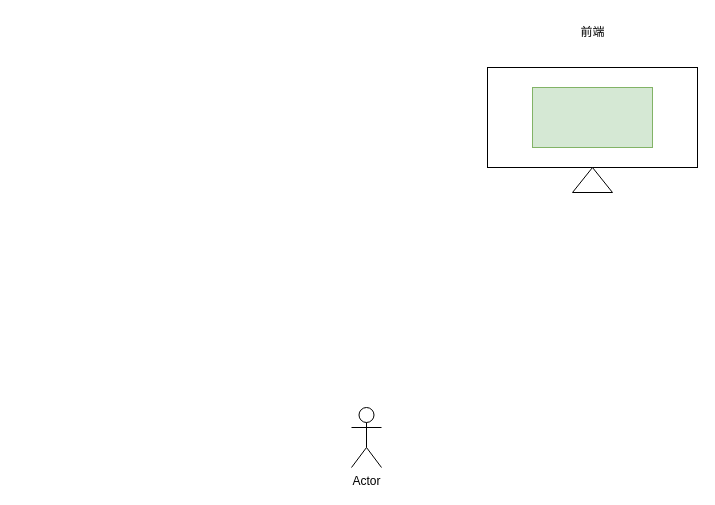
Earlier version of the draw.io diagram 后端.drawio (callmeliuchu/AlgebraSolution). Source tidied: cells renumbered, new cells numbered last; positions are measured from the earlier drawing's top-left corner, leaving out a move shared by most shapes. Both pictures are drawn from the tidied source at 100%, with x=0, y=0 at pixel (351, 17).
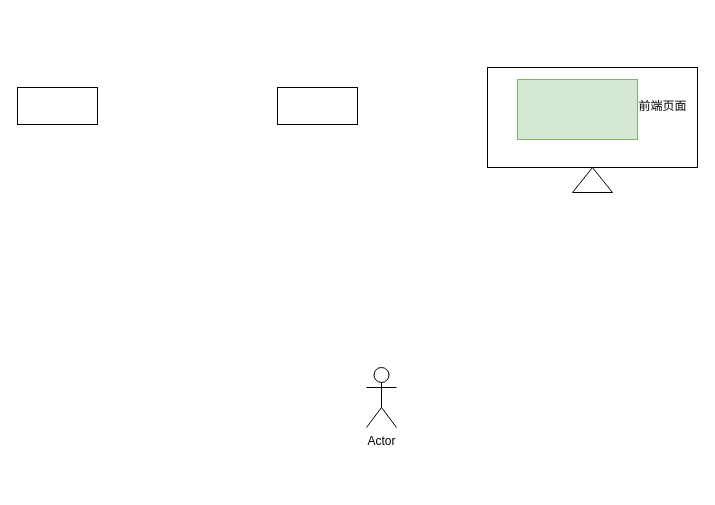
The same page after the edit.

Diff of the diagram source:
```diff
@@
 <mxGraphModel>
   <root>
     <mxCell id="0" />
     <mxCell id="1" parent="0" />
     <mxCell id="2" style="rounded=0;whiteSpace=wrap;html=1;" parent="1" vertex="1">
       <mxGeometry x="136" y="50" width="210" height="100" as="geometry" />
     </mxCell>
     <mxCell id="3" style="triangle;whiteSpace=wrap;html=1;rotation=-90;" parent="1" vertex="1">
       <mxGeometry x="228.5" y="142.5" width="25" height="40" as="geometry" />
     </mxCell>
     <mxCell id="4" style="rounded=0;whiteSpace=wrap;html=1;fillColor=#d5e8d4;strokeColor=#82b366;" parent="1" vertex="1">
-      <mxGeometry x="181" y="70" width="120" height="60" as="geometry" />
+      <mxGeometry x="166" y="62" width="120" height="60" as="geometry" />
     </mxCell>
     <mxCell id="5" value="Actor" style="shape=umlActor;verticalLabelPosition=bottom;verticalAlign=top;html=1;" parent="1" vertex="1">
-      <mxGeometry y="390" width="30" height="60" as="geometry" />
+      <mxGeometry x="15" y="350" width="30" height="60" as="geometry" />
     </mxCell>
-    <mxCell id="6" value="前端" style="text;html=1;align=center;verticalAlign=middle;strokeColor=none;fillColor=none;" parent="1" vertex="1">
-      <mxGeometry x="216" width="50" height="30" as="geometry" />
+    <mxCell id="6" value="前端页面" style="text;html=1;align=center;verticalAlign=middle;strokeColor=none;fillColor=none;" parent="1" vertex="1">
+      <mxGeometry x="276" y="73.5" width="70" height="30" as="geometry" />
     </mxCell>
+    <mxCell id="7" style="rounded=0;whiteSpace=wrap;html=1;" parent="1" vertex="1">
+      <mxGeometry x="-74" y="70" width="80" height="37" as="geometry" />
+    </mxCell>
+    <mxCell id="8" style="rounded=0;whiteSpace=wrap;html=1;" parent="1" vertex="1">
+      <mxGeometry x="-334" y="70" width="80" height="37" as="geometry" />
+    </mxCell>
   </root>
 </mxGraphModel>
```
